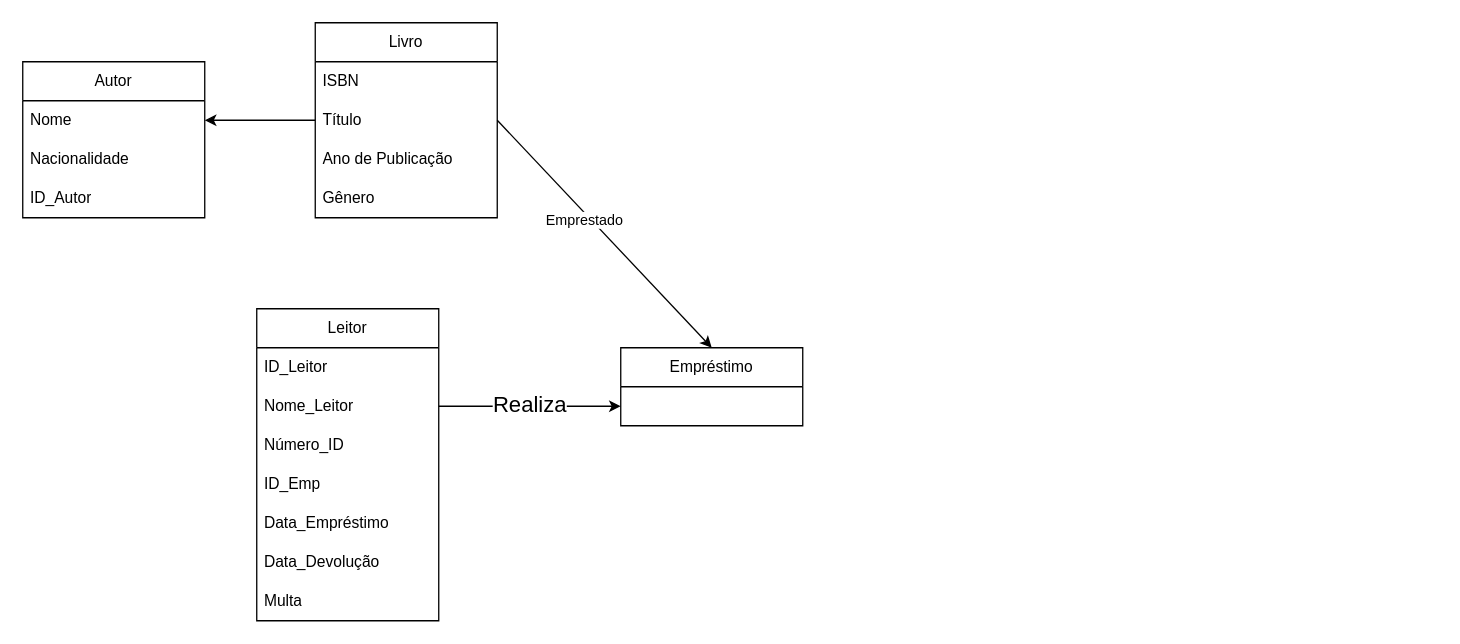
The draw.io diagram Diagrama sem nome.drawio in J4oG/DER, before the edit. Source tidied: cells renumbered, new cells numbered last; positions are measured from the earlier drawing's top-left corner, leaving out a move shared by most shapes. Both pictures are drawn from the tidied source at 130%, with x=0, y=0 at pixel (22, 22).
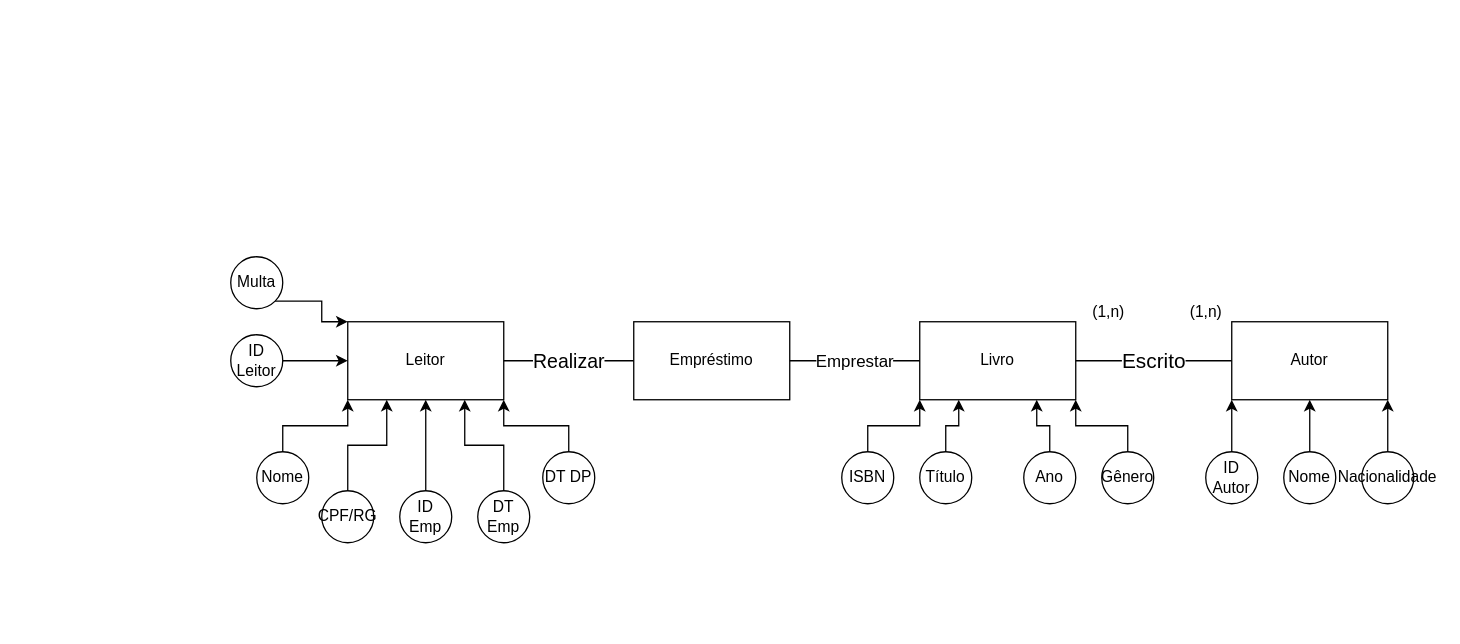
The same diagram, later.

Commit message:
Diagrama de Entidade Relacionamento.drawio

Diff of the diagram source:
```diff
@@
-    <mxCell id="2" value="Livro" style="swimlane;fontStyle=0;horizontal=1;startSize=30;whiteSpace=wrap;html=1;" parent="1" vertex="1">
-      <mxGeometry x="225" width="140" height="150" as="geometry" />
+    <mxCell id="2" value="Livro" style="rounded=0;whiteSpace=wrap;html=1;" parent="1" vertex="1">
+      <mxGeometry x="690" y="230" width="120" height="60" as="geometry" />
     </mxCell>
+    <mxCell id="7" value="Autor" style="rounded=0;whiteSpace=wrap;html=1;" parent="1" vertex="1">
+      <mxGeometry x="930" y="230" width="120" height="60" as="geometry" />
+    </mxCell>
+    <mxCell id="11" value="Leitor" style="rounded=0;whiteSpace=wrap;html=1;" parent="1" vertex="1">
+      <mxGeometry x="250" y="230" width="120" height="60" as="geometry" />
+    </mxCell>
+    <mxCell id="19" value="Empréstimo" style="rounded=0;whiteSpace=wrap;html=1;" parent="1" vertex="1">
+      <mxGeometry x="470" y="230" width="120" height="60" as="geometry" />
+    </mxCell>
+    <mxCell id="24" style="edgeStyle=orthogonalEdgeStyle;rounded=0;jettySize=auto;html=1;exitX=0.5;exitY=0;exitDx=0;exitDy=0;entryX=0;entryY=1;entryDx=0;entryDy=0;" parent="1" edge="1" source="3" target="2">
+      <mxGeometry relative="1" as="geometry" />
+    </mxCell>
-    <mxCell id="3" value="ISBN" style="text;strokeColor=none;fillColor=none;align=left;verticalAlign=middle;spacingLeft=4;spacingRight=4;overflow=hidden;points=[[0,0.5],[1,0.5]];portConstraint=eastwest;whiteSpace=wrap;html=1;" parent="2" vertex="1">
-      <mxGeometry y="30" width="140" height="30" as="geometry" />
+    <mxCell id="3" value="ISBN" style="ellipse;whiteSpace=wrap;html=1;" parent="1" vertex="1">
+      <mxGeometry x="630" y="330" width="40" height="40" as="geometry" />
     </mxCell>
+    <mxCell id="25" style="edgeStyle=orthogonalEdgeStyle;rounded=0;jettySize=auto;html=1;exitX=0.5;exitY=0;exitDx=0;exitDy=0;entryX=0.25;entryY=1;entryDx=0;entryDy=0;" parent="1" edge="1" source="4" target="2">
+      <mxGeometry relative="1" as="geometry" />
+    </mxCell>
-    <mxCell id="4" value="Título" style="text;strokeColor=none;fillColor=none;align=left;verticalAlign=middle;spacingLeft=4;spacingRight=4;overflow=hidden;points=[[0,0.5],[1,0.5]];portConstraint=eastwest;whiteSpace=wrap;html=1;" parent="2" vertex="1">
-      <mxGeometry y="60" width="140" height="30" as="geometry" />
+    <mxCell id="4" value="Título" style="ellipse;whiteSpace=wrap;html=1;" parent="1" vertex="1">
+      <mxGeometry x="690" y="330" width="40" height="40" as="geometry" />
     </mxCell>
-    <mxCell id="5" value="Ano de Publicação" style="text;strokeColor=none;fillColor=none;align=left;verticalAlign=middle;spacingLeft=4;spacingRight=4;overflow=hidden;whiteSpace=wrap;html=1;" parent="2" vertex="1">
-      <mxGeometry y="90" width="140" height="30" as="geometry" />
-    </mxCell>
+    <mxCell id="26" style="edgeStyle=orthogonalEdgeStyle;rounded=0;jettySize=auto;html=1;exitX=0.5;exitY=0;exitDx=0;exitDy=0;entryX=0.75;entryY=1;entryDx=0;entryDy=0;" parent="1" edge="1" source="27" target="2">
+      <mxGeometry relative="1" as="geometry" />
+    </mxCell>
+    <mxCell id="27" value="Ano" style="ellipse;whiteSpace=wrap;html=1;" parent="1" vertex="1">
+      <mxGeometry x="770" y="330" width="40" height="40" as="geometry" />
+    </mxCell>
+    <mxCell id="28" style="edgeStyle=orthogonalEdgeStyle;rounded=0;jettySize=auto;html=1;exitX=0.5;exitY=0;exitDx=0;exitDy=0;entryX=1;entryY=1;entryDx=0;entryDy=0;" parent="1" edge="1" source="6" target="2">
+      <mxGeometry relative="1" as="geometry" />
+    </mxCell>
-    <mxCell id="6" value="Gênero" style="text;strokeColor=none;fillColor=none;align=left;verticalAlign=middle;spacingLeft=4;spacingRight=4;overflow=hidden;points=[[0,0.5],[1,0.5]];portConstraint=eastwest;whiteSpace=wrap;html=1;" parent="2" vertex="1">
-      <mxGeometry y="120" width="140" height="30" as="geometry" />
+    <mxCell id="6" value="Gênero" style="ellipse;whiteSpace=wrap;html=1;" parent="1" vertex="1">
+      <mxGeometry x="830" y="330" width="40" height="40" as="geometry" />
     </mxCell>
-    <mxCell id="7" value="Autor" style="swimlane;fontStyle=0;horizontal=1;startSize=30;whiteSpace=wrap;html=1;" parent="1" vertex="1">
-      <mxGeometry y="30" width="140" height="120" as="geometry" />
-    </mxCell>
-    <mxCell id="8" value="Nome" style="text;strokeColor=none;fillColor=none;align=left;verticalAlign=middle;spacingLeft=4;spacingRight=4;overflow=hidden;points=[[0,0.5],[1,0.5]];portConstraint=eastwest;whiteSpace=wrap;html=1;" parent="7" vertex="1">
-      <mxGeometry y="30" width="140" height="30" as="geometry" />
-    </mxCell>
+    <mxCell id="29" style="edgeStyle=orthogonalEdgeStyle;rounded=0;jettySize=auto;html=1;exitX=0.5;exitY=0;exitDx=0;exitDy=0;entryX=0;entryY=1;entryDx=0;entryDy=0;" parent="1" edge="1" source="30" target="7">
+      <mxGeometry relative="1" as="geometry" />
+    </mxCell>
+    <mxCell id="30" value="ID Autor" style="ellipse;whiteSpace=wrap;html=1;" parent="1" vertex="1">
+      <mxGeometry x="910" y="330" width="40" height="40" as="geometry" />
+    </mxCell>
+    <mxCell id="31" style="edgeStyle=orthogonalEdgeStyle;rounded=0;jettySize=auto;html=1;exitX=0.5;exitY=0;exitDx=0;exitDy=0;entryX=1;entryY=1;entryDx=0;entryDy=0;" parent="1" edge="1" source="9" target="7">
+      <mxGeometry relative="1" as="geometry" />
+    </mxCell>
-    <mxCell id="9" value="Nacionalidade" style="text;strokeColor=none;fillColor=none;align=left;verticalAlign=middle;spacingLeft=4;spacingRight=4;overflow=hidden;points=[[0,0.5],[1,0.5]];portConstraint=eastwest;whiteSpace=wrap;html=1;" parent="7" vertex="1">
-      <mxGeometry y="60" width="140" height="30" as="geometry" />
+    <mxCell id="9" value="Nacionalidade" style="ellipse;whiteSpace=wrap;html=1;" parent="1" vertex="1">
+      <mxGeometry x="1030" y="330" width="40" height="40" as="geometry" />
     </mxCell>
-    <mxCell id="10" value="ID_Autor" style="text;strokeColor=none;fillColor=none;align=left;verticalAlign=middle;spacingLeft=4;spacingRight=4;overflow=hidden;whiteSpace=wrap;html=1;" parent="7" vertex="1">
-      <mxGeometry y="90" width="140" height="30" as="geometry" />
-    </mxCell>
-    <mxCell id="11" value="Leitor" style="swimlane;fontStyle=0;horizontal=1;startSize=30;whiteSpace=wrap;html=1;" parent="1" vertex="1">
-      <mxGeometry x="180" y="220" width="140" height="240" as="geometry" />
-    </mxCell>
-    <mxCell id="12" value="ID_Leitor" style="text;strokeColor=none;fillColor=none;align=left;verticalAlign=middle;spacingLeft=4;spacingRight=4;overflow=hidden;whiteSpace=wrap;html=1;" parent="11" vertex="1">
-      <mxGeometry y="30" width="140" height="30" as="geometry" />
-    </mxCell>
-    <mxCell id="13" value="Nome_Leitor" style="text;strokeColor=none;fillColor=none;align=left;verticalAlign=middle;spacingLeft=4;spacingRight=4;overflow=hidden;points=[[0,0.5],[1,0.5]];portConstraint=eastwest;whiteSpace=wrap;html=1;" parent="11" vertex="1">
-      <mxGeometry y="60" width="140" height="30" as="geometry" />
-    </mxCell>
-    <mxCell id="14" value="Número_ID" style="text;strokeColor=none;fillColor=none;align=left;verticalAlign=middle;spacingLeft=4;spacingRight=4;overflow=hidden;whiteSpace=wrap;html=1;" parent="11" vertex="1">
-      <mxGeometry y="90" width="140" height="30" as="geometry" />
-    </mxCell>
-    <mxCell id="15" value="ID_Emp" style="text;strokeColor=none;fillColor=none;align=left;verticalAlign=middle;spacingLeft=4;spacingRight=4;overflow=hidden;whiteSpace=wrap;html=1;" parent="11" vertex="1">
-      <mxGeometry y="120" width="140" height="30" as="geometry" />
-    </mxCell>
-    <mxCell id="16" value="Data_Empréstimo" style="text;strokeColor=none;fillColor=none;align=left;verticalAlign=middle;spacingLeft=4;spacingRight=4;overflow=hidden;whiteSpace=wrap;html=1;" parent="11" vertex="1">
-      <mxGeometry y="150" width="140" height="30" as="geometry" />
-    </mxCell>
-    <mxCell id="17" value="Data_Devolução" style="text;strokeColor=none;fillColor=none;align=left;verticalAlign=middle;spacingLeft=4;spacingRight=4;overflow=hidden;whiteSpace=wrap;html=1;" parent="11" vertex="1">
-      <mxGeometry y="180" width="140" height="30" as="geometry" />
-    </mxCell>
+    <mxCell id="32" style="edgeStyle=orthogonalEdgeStyle;rounded=0;jettySize=auto;html=1;exitX=0.5;exitY=0;exitDx=0;exitDy=0;entryX=0.5;entryY=1;entryDx=0;entryDy=0;" parent="1" edge="1" source="33" target="7">
+      <mxGeometry relative="1" as="geometry" />
+    </mxCell>
+    <mxCell id="33" value="Nome" style="ellipse;whiteSpace=wrap;html=1;" parent="1" vertex="1">
+      <mxGeometry x="970" y="330" width="40" height="40" as="geometry" />
+    </mxCell>
+    <mxCell id="34" style="edgeStyle=orthogonalEdgeStyle;rounded=0;jettySize=auto;html=1;exitX=1;exitY=0.5;exitDx=0;exitDy=0;entryX=0;entryY=0.5;entryDx=0;entryDy=0;" parent="1" edge="1" source="35" target="11">
+      <mxGeometry relative="1" as="geometry" />
+    </mxCell>
+    <mxCell id="35" value="ID Leitor" style="ellipse;whiteSpace=wrap;html=1;" parent="1" vertex="1">
+      <mxGeometry x="160" y="240" width="40" height="40" as="geometry" />
+    </mxCell>
+    <mxCell id="36" style="edgeStyle=orthogonalEdgeStyle;rounded=0;jettySize=auto;html=1;exitX=0.5;exitY=0;exitDx=0;exitDy=0;entryX=0;entryY=1;entryDx=0;entryDy=0;" parent="1" edge="1" source="37" target="11">
+      <mxGeometry relative="1" as="geometry" />
+    </mxCell>
+    <mxCell id="37" value="Nome" style="ellipse;whiteSpace=wrap;html=1;" parent="1" vertex="1">
+      <mxGeometry x="180" y="330" width="40" height="40" as="geometry" />
+    </mxCell>
+    <mxCell id="38" style="edgeStyle=orthogonalEdgeStyle;rounded=0;jettySize=auto;html=1;exitX=0.5;exitY=0;exitDx=0;exitDy=0;entryX=1;entryY=1;entryDx=0;entryDy=0;" parent="1" edge="1" source="39" target="11">
+      <mxGeometry relative="1" as="geometry" />
+    </mxCell>
+    <mxCell id="39" value="DT DP" style="ellipse;whiteSpace=wrap;html=1;" parent="1" vertex="1">
+      <mxGeometry x="400" y="330" width="40" height="40" as="geometry" />
+    </mxCell>
+    <mxCell id="40" style="edgeStyle=orthogonalEdgeStyle;rounded=0;jettySize=auto;html=1;exitX=0.5;exitY=0;exitDx=0;exitDy=0;entryX=0.25;entryY=1;entryDx=0;entryDy=0;" parent="1" edge="1" source="41" target="11">
+      <mxGeometry relative="1" as="geometry" />
+    </mxCell>
+    <mxCell id="41" value="CPF/RG" style="ellipse;whiteSpace=wrap;html=1;" parent="1" vertex="1">
+      <mxGeometry x="230" y="360" width="40" height="40" as="geometry" />
+    </mxCell>
+    <mxCell id="42" style="edgeStyle=orthogonalEdgeStyle;rounded=0;jettySize=auto;html=1;exitX=0.5;exitY=0;exitDx=0;exitDy=0;entryX=0.75;entryY=1;entryDx=0;entryDy=0;" parent="1" edge="1" source="43" target="11">
+      <mxGeometry relative="1" as="geometry" />
+    </mxCell>
+    <mxCell id="43" value="DT Emp" style="ellipse;whiteSpace=wrap;html=1;" parent="1" vertex="1">
+      <mxGeometry x="350" y="360" width="40" height="40" as="geometry" />
+    </mxCell>
+    <mxCell id="44" style="edgeStyle=orthogonalEdgeStyle;rounded=0;jettySize=auto;html=1;exitX=1;exitY=1;exitDx=0;exitDy=0;entryX=0;entryY=0;entryDx=0;entryDy=0;" parent="1" edge="1" source="18" target="11">
+      <mxGeometry relative="1" as="geometry">
+        <Array as="points">
+          <mxPoint x="230" y="214" />
+          <mxPoint x="230" y="230" />
+        </Array>
+      </mxGeometry>
+    </mxCell>
-    <mxCell id="18" value="Multa" style="text;strokeColor=none;fillColor=none;align=left;verticalAlign=middle;spacingLeft=4;spacingRight=4;overflow=hidden;points=[[0,0.5],[1,0.5]];portConstraint=eastwest;whiteSpace=wrap;html=1;" parent="11" vertex="1">
-      <mxGeometry y="210" width="140" height="30" as="geometry" />
+    <mxCell id="18" value="Multa" style="ellipse;whiteSpace=wrap;html=1;" parent="1" vertex="1">
+      <mxGeometry x="160" y="180" width="40" height="40" as="geometry" />
     </mxCell>
-    <mxCell id="19" value="Empréstimo" style="swimlane;fontStyle=0;horizontal=1;startSize=30;whiteSpace=wrap;html=1;" parent="1" vertex="1">
-      <mxGeometry x="460" y="250" width="140" height="60" as="geometry" />
-    </mxCell>
-    <mxCell id="20" value="Realiza" style="edgeStyle=orthogonalEdgeStyle;rounded=0;jettySize=auto;html=1;entryX=0;entryY=0.75;entryDx=0;entryDy=0;fontSize=17;" parent="1" edge="1" source="13" target="19">
-      <mxGeometry relative="1" as="geometry">
-        <Array as="points">
-          <mxPoint x="440" y="295" />
-          <mxPoint x="440" y="295" />
-        </Array>
-      </mxGeometry>
-    </mxCell>
-    <mxCell id="21" style="edgeStyle=orthogonalEdgeStyle;rounded=0;jettySize=auto;html=1;" parent="1" edge="1" source="4" target="8">
-      <mxGeometry relative="1" as="geometry" />
-    </mxCell>
-    <mxCell id="22" style="endArrow=classic;html=1;rounded=0;exitX=1;exitY=0.5;exitDx=0;exitDy=0;entryX=0.5;entryY=0;entryDx=0;entryDy=0;" parent="1" edge="1" source="4" target="19">
-      <mxGeometry relative="1" as="geometry" />
-    </mxCell>
-    <mxCell id="23" value="Emprestado" style="edgeLabel;html=1;align=center;verticalAlign=middle;" parent="22" vertex="1">
-      <mxGeometry x="-0.16" y="-4" relative="1" as="geometry" />
-    </mxCell>
+    <mxCell id="45" style="edgeStyle=orthogonalEdgeStyle;rounded=0;jettySize=auto;html=1;exitX=0.5;exitY=0;exitDx=0;exitDy=0;entryX=0.5;entryY=1;entryDx=0;entryDy=0;" parent="1" edge="1" source="46" target="11">
+      <mxGeometry relative="1" as="geometry" />
+    </mxCell>
+    <mxCell id="46" value="ID Emp" style="ellipse;whiteSpace=wrap;html=1;" parent="1" vertex="1">
+      <mxGeometry x="290" y="360" width="40" height="40" as="geometry" />
+    </mxCell>
+    <mxCell id="47" value="Escrito" style="endArrow=none;html=1;rounded=0;exitX=1;exitY=0.5;exitDx=0;exitDy=0;entryX=0;entryY=0.5;entryDx=0;entryDy=0;fontSize=16;" parent="1" edge="1" source="2" target="7">
+      <mxGeometry relative="1" as="geometry" />
+    </mxCell>
+    <mxCell id="48" value="(1,n)" style="text;html=1;align=center;verticalAlign=middle;strokeColor=none;fillColor=none;" parent="1" vertex="1">
+      <mxGeometry x="885" y="208" width="50" height="30" as="geometry" />
+    </mxCell>
+    <mxCell id="49" value="(1,n)" style="text;html=1;align=center;verticalAlign=middle;strokeColor=none;fillColor=none;" parent="1" vertex="1">
+      <mxGeometry x="810" y="208" width="50" height="30" as="geometry" />
+    </mxCell>
+    <mxCell id="50" value="Realizar" style="endArrow=none;html=1;rounded=0;exitX=1;exitY=0.5;exitDx=0;exitDy=0;entryX=0;entryY=0.5;entryDx=0;entryDy=0;fontSize=15;" parent="1" edge="1" source="11" target="19">
+      <mxGeometry relative="1" as="geometry">
+        <Array as="points">
+          <mxPoint x="410" y="260" />
+        </Array>
+      </mxGeometry>
+    </mxCell>
+    <mxCell id="51" value="Emprestar" style="endArrow=none;html=1;rounded=0;exitX=1;exitY=0.5;exitDx=0;exitDy=0;entryX=0;entryY=0.5;entryDx=0;entryDy=0;fontSize=13;" parent="1" edge="1" source="19" target="2">
+      <mxGeometry relative="1" as="geometry" />
+    </mxCell>
```
